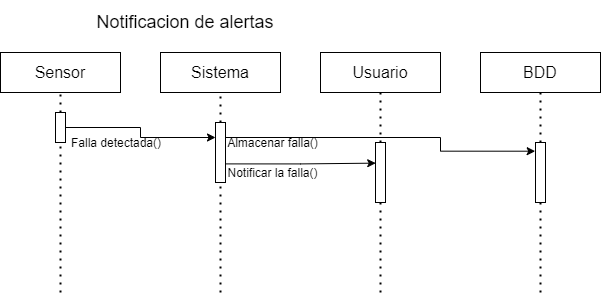
Before: img/DiagramaDeSecuencia/IniciarSesion.drawio.png, a diagram exported from draw.io (EduardoCollazoR/AnalisisAvanzDeSoft). Source tidied: cells renumbered, new cells last; positions are measured from the earlier drawing's top-left corner, leaving out a move shared by most shapes.
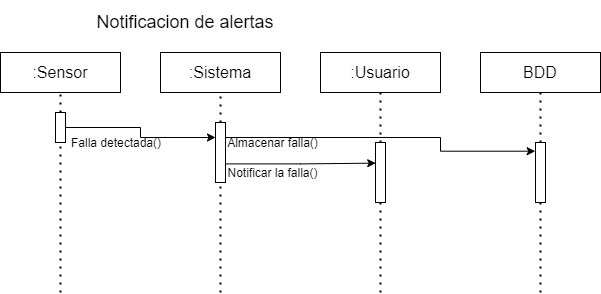
The same diagram one commit later.

What changed in the source:
```diff
@@ -2,10 +2,10 @@
   <root>
     <mxCell id="0" />
     <mxCell id="1" parent="0" />
-    <mxCell id="2" value="Sensor" style="rounded=0;whiteSpace=wrap;html=1;fontSize=16;" parent="1" vertex="1">
+    <mxCell id="2" value=":Sensor" style="rounded=0;whiteSpace=wrap;html=1;fontSize=16;" parent="1" vertex="1">
       <mxGeometry y="50" width="120" height="40" as="geometry" />
     </mxCell>
-    <mxCell id="3" value="Usuario" style="rounded=0;whiteSpace=wrap;html=1;fontSize=16;" parent="1" vertex="1">
+    <mxCell id="3" value=":Usuario" style="rounded=0;whiteSpace=wrap;html=1;fontSize=16;" parent="1" vertex="1">
       <mxGeometry x="320" y="50" width="120" height="40" as="geometry" />
     </mxCell>
     <mxCell id="4" value="Notificacion de alertas" style="text;html=1;strokeColor=none;fillColor=none;align=center;verticalAlign=middle;whiteSpace=wrap;rounded=0;fontSize=18;strokeWidth=4;" parent="1" vertex="1">
@@ -33,7 +33,7 @@
         <mxPoint x="60" y="290" as="sourcePoint" />
       </mxGeometry>
     </mxCell>
-    <mxCell id="11" value="Sistema" style="rounded=0;whiteSpace=wrap;html=1;fontSize=16;" parent="1" vertex="1">
+    <mxCell id="11" value=":Sistema" style="rounded=0;whiteSpace=wrap;html=1;fontSize=16;" parent="1" vertex="1">
       <mxGeometry x="160" y="50" width="120" height="40" as="geometry" />
     </mxCell>
     <mxCell id="12" style="edgeStyle=orthogonalEdgeStyle;rounded=0;jettySize=auto;html=1;exitX=1.08;exitY=0.69;exitDx=0;exitDy=0;exitPerimeter=0;entryX=0.021;entryY=0.344;entryDx=0;entryDy=0;entryPerimeter=0;" parent="1" edge="1" source="14" target="18">
```
